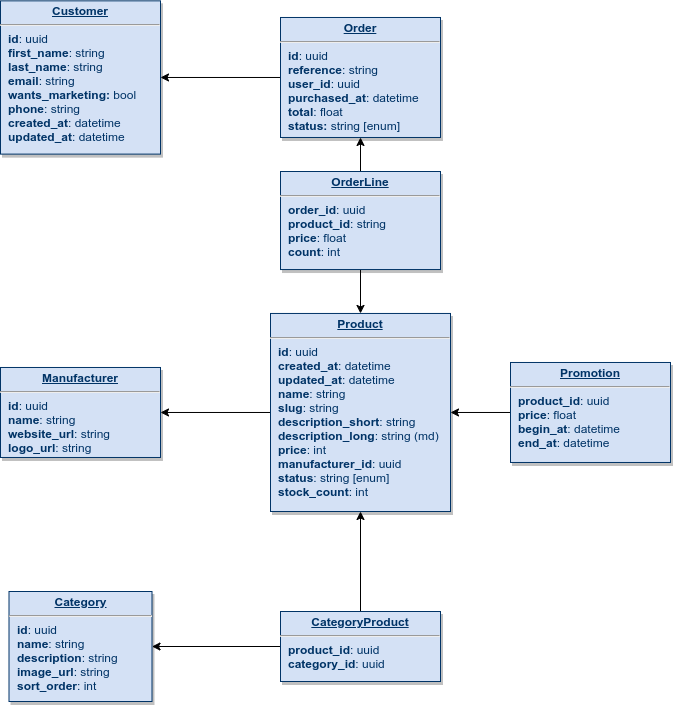
This is database_model/db.png from JenswBE/bjoetiek-y-backend, a draw.io export, as it was before one commit. Source tidied: cells renumbered, new cells last; positions are measured from the earlier drawing's top-left corner, leaving out a move shared by most shapes.
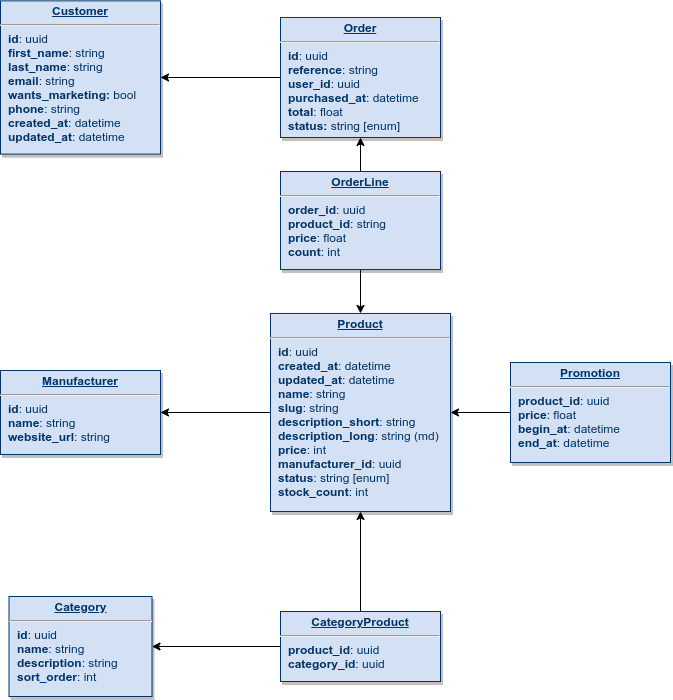
Later version of the same file.

Commit message:
Drop image url's for category and manufacturer

Change to the diagram source:
```diff
@@ -11,8 +11,8 @@
     <mxCell id="4" value="&lt;p style=&quot;margin: 0px ; margin-top: 4px ; text-align: center ; text-decoration: underline&quot;&gt;&lt;strong&gt;Product&lt;/strong&gt;&lt;/p&gt;&lt;hr&gt;&lt;p style=&quot;margin: 0px ; margin-left: 8px&quot;&gt;&lt;b&gt;id&lt;/b&gt;: uuid&lt;/p&gt;&lt;p style=&quot;margin: 0px 0px 0px 8px&quot;&gt;&lt;b&gt;created_at&lt;/b&gt;: datetime&lt;/p&gt;&lt;p style=&quot;margin: 0px 0px 0px 8px&quot;&gt;&lt;b&gt;updated_at&lt;/b&gt;: datetime&lt;/p&gt;&lt;p style=&quot;margin: 0px ; margin-left: 8px&quot;&gt;&lt;b&gt;name&lt;/b&gt;: string&lt;/p&gt;&lt;p style=&quot;margin: 0px ; margin-left: 8px&quot;&gt;&lt;b&gt;slug&lt;/b&gt;: string&lt;/p&gt;&lt;p style=&quot;margin: 0px ; margin-left: 8px&quot;&gt;&lt;b&gt;description_short&lt;/b&gt;: string&lt;/p&gt;&lt;p style=&quot;margin: 0px ; margin-left: 8px&quot;&gt;&lt;b&gt;description_long&lt;/b&gt;: string (md)&lt;br&gt;&lt;/p&gt;&lt;p style=&quot;margin: 0px ; margin-left: 8px&quot;&gt;&lt;b&gt;price&lt;/b&gt;: int&lt;/p&gt;&lt;p style=&quot;margin: 0px ; margin-left: 8px&quot;&gt;&lt;b&gt;manufacturer_id&lt;/b&gt;: uuid&lt;/p&gt;&lt;p style=&quot;margin: 0px ; margin-left: 8px&quot;&gt;&lt;b&gt;status&lt;/b&gt;: string [enum]&lt;/p&gt;&lt;p style=&quot;margin: 0px ; margin-left: 8px&quot;&gt;&lt;b&gt;stock_count&lt;/b&gt;: int&lt;br&gt;&lt;/p&gt;" style="verticalAlign=top;align=left;overflow=fill;fontSize=12;fontFamily=Helvetica;html=1;strokeColor=#003366;shadow=1;fillColor=#D4E1F5;fontColor=#003366;" parent="1" vertex="1">
       <mxGeometry x="270" y="313" width="180" height="198" as="geometry" />
     </mxCell>
-    <mxCell id="5" value="&lt;p style=&quot;margin: 0px ; margin-top: 4px ; text-align: center ; text-decoration: underline&quot;&gt;&lt;strong&gt;Category&lt;/strong&gt;&lt;/p&gt;&lt;hr&gt;&lt;p style=&quot;margin: 0px ; margin-left: 8px&quot;&gt;&lt;b&gt;id&lt;/b&gt;: uuid&lt;/p&gt;&lt;p style=&quot;margin: 0px ; margin-left: 8px&quot;&gt;&lt;b&gt;name&lt;/b&gt;: string&lt;/p&gt;&lt;p style=&quot;margin: 0px ; margin-left: 8px&quot;&gt;&lt;b&gt;description&lt;/b&gt;: string&lt;/p&gt;&lt;p style=&quot;margin: 0px ; margin-left: 8px&quot;&gt;&lt;b&gt;image_url&lt;/b&gt;: string&lt;/p&gt;&lt;p style=&quot;margin: 0px ; margin-left: 8px&quot;&gt;&lt;b&gt;sort_order&lt;/b&gt;: int&lt;/p&gt;" style="verticalAlign=top;align=left;overflow=fill;fontSize=12;fontFamily=Helvetica;html=1;strokeColor=#003366;shadow=1;fillColor=#D4E1F5;fontColor=#003366;" parent="1" vertex="1">
-      <mxGeometry x="8.5" y="591" width="143" height="110" as="geometry" />
+    <mxCell id="5" value="&lt;p style=&quot;margin: 0px ; margin-top: 4px ; text-align: center ; text-decoration: underline&quot;&gt;&lt;strong&gt;Category&lt;/strong&gt;&lt;/p&gt;&lt;hr&gt;&lt;p style=&quot;margin: 0px ; margin-left: 8px&quot;&gt;&lt;b&gt;id&lt;/b&gt;: uuid&lt;/p&gt;&lt;p style=&quot;margin: 0px ; margin-left: 8px&quot;&gt;&lt;b&gt;name&lt;/b&gt;: string&lt;/p&gt;&lt;p style=&quot;margin: 0px ; margin-left: 8px&quot;&gt;&lt;b&gt;description&lt;/b&gt;: string&lt;/p&gt;&lt;p style=&quot;margin: 0px ; margin-left: 8px&quot;&gt;&lt;b&gt;sort_order&lt;/b&gt;&lt;span&gt;: int&lt;/span&gt;&lt;br&gt;&lt;/p&gt;" style="verticalAlign=top;align=left;overflow=fill;fontSize=12;fontFamily=Helvetica;html=1;strokeColor=#003366;shadow=1;fillColor=#D4E1F5;fontColor=#003366;" parent="1" vertex="1">
+      <mxGeometry x="8.5" y="596" width="143" height="100" as="geometry" />
     </mxCell>
     <mxCell id="6" style="edgeStyle=orthogonalEdgeStyle;rounded=0;jettySize=auto;html=1;entryX=0.5;entryY=1;entryDx=0;entryDy=0;" parent="1" edge="1" source="8" target="4">
       <mxGeometry relative="1" as="geometry" />
@@ -23,8 +23,8 @@
     <mxCell id="8" value="&lt;p style=&quot;margin: 0px ; margin-top: 4px ; text-align: center ; text-decoration: underline&quot;&gt;&lt;strong&gt;CategoryProduct&lt;/strong&gt;&lt;/p&gt;&lt;hr&gt;&lt;p style=&quot;margin: 0px ; margin-left: 8px&quot;&gt;&lt;b&gt;product_id&lt;/b&gt;: uuid&lt;br&gt;&lt;/p&gt;&lt;p style=&quot;margin: 0px ; margin-left: 8px&quot;&gt;&lt;b&gt;category_id&lt;/b&gt;: uuid&lt;/p&gt;" style="verticalAlign=top;align=left;overflow=fill;fontSize=12;fontFamily=Helvetica;html=1;strokeColor=#003366;shadow=1;fillColor=#D4E1F5;fontColor=#003366;" parent="1" vertex="1">
       <mxGeometry x="280" y="611" width="160" height="70" as="geometry" />
     </mxCell>
-    <mxCell id="9" value="&lt;p style=&quot;margin: 0px ; margin-top: 4px ; text-align: center ; text-decoration: underline&quot;&gt;&lt;strong&gt;Manufacturer&lt;/strong&gt;&lt;/p&gt;&lt;hr&gt;&lt;p style=&quot;margin: 0px ; margin-left: 8px&quot;&gt;&lt;b&gt;id&lt;/b&gt;: uuid&lt;/p&gt;&lt;p style=&quot;margin: 0px ; margin-left: 8px&quot;&gt;&lt;b&gt;name&lt;/b&gt;: string&lt;/p&gt;&lt;p style=&quot;margin: 0px ; margin-left: 8px&quot;&gt;&lt;b&gt;website_url&lt;/b&gt;: string&lt;/p&gt;&lt;p style=&quot;margin: 0px ; margin-left: 8px&quot;&gt;&lt;b&gt;logo_url&lt;/b&gt;: string&lt;/p&gt;" style="verticalAlign=top;align=left;overflow=fill;fontSize=12;fontFamily=Helvetica;html=1;strokeColor=#003366;shadow=1;fillColor=#D4E1F5;fontColor=#003366;" parent="1" vertex="1">
-      <mxGeometry y="367" width="160" height="90" as="geometry" />
+    <mxCell id="9" value="&lt;p style=&quot;margin: 0px ; margin-top: 4px ; text-align: center ; text-decoration: underline&quot;&gt;&lt;strong&gt;Manufacturer&lt;/strong&gt;&lt;/p&gt;&lt;hr&gt;&lt;p style=&quot;margin: 0px ; margin-left: 8px&quot;&gt;&lt;b&gt;id&lt;/b&gt;: uuid&lt;/p&gt;&lt;p style=&quot;margin: 0px ; margin-left: 8px&quot;&gt;&lt;b&gt;name&lt;/b&gt;: string&lt;/p&gt;&lt;p style=&quot;margin: 0px ; margin-left: 8px&quot;&gt;&lt;b&gt;website_url&lt;/b&gt;: string&lt;/p&gt;" style="verticalAlign=top;align=left;overflow=fill;fontSize=12;fontFamily=Helvetica;html=1;strokeColor=#003366;shadow=1;fillColor=#D4E1F5;fontColor=#003366;" parent="1" vertex="1">
+      <mxGeometry y="370" width="160" height="84" as="geometry" />
     </mxCell>
     <mxCell id="10" style="edgeStyle=orthogonalEdgeStyle;rounded=0;jettySize=auto;html=1;entryX=1;entryY=0.5;entryDx=0;entryDy=0;" parent="1" edge="1" source="11" target="2">
       <mxGeometry relative="1" as="geometry" />
```
